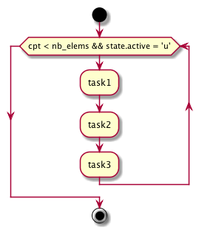
Earlier version of the PlantUML export doc/UML/test.png (tof25/DST). Its diagram source:
```plantuml
@startuml

start

while (cpt < nb_elems && state.active = 'u')
    :task1;
    :task2;
    :task3;
endwhile

stop

@enduml
```
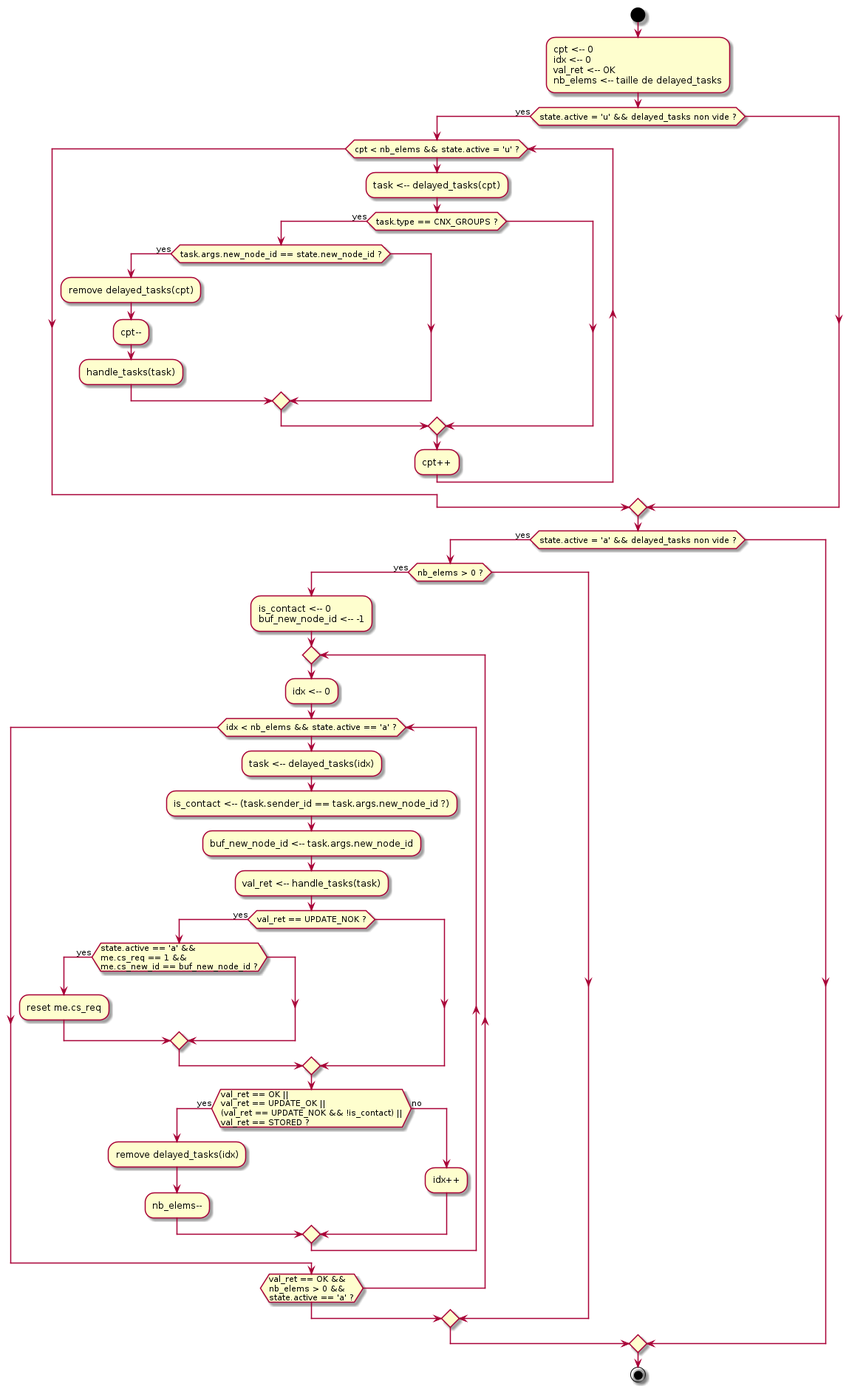
The same diagram one commit later.

Diff of the diagram source:
```diff
@@ -2,11 +2,51 @@
 
 start
 
-while (cpt < nb_elems && state.active = 'u')
-    :task1;
-    :task2;
-    :task3;
-endwhile
+:cpt <-- 0
+idx <-- 0
+val_ret <-- OK
+nb_elems <-- taille de delayed_tasks;
+
+if (state.active = 'u' && delayed_tasks non vide ?) then (yes)
+
+    while (cpt < nb_elems && state.active = 'u' ?)
+        :task <-- delayed_tasks(cpt);
+        if (task.type == CNX_GROUPS ?) then (yes)
+            if (task.args.new_node_id == state.new_node_id ?) then (yes)
+                :remove delayed_tasks(cpt);
+                :cpt--;
+                :handle_tasks(task);
+            endif
+        endif
+        :cpt++;
+    endwhile
+endif
+
+if (state.active = 'a' && delayed_tasks non vide ?) then (yes)
+    if (nb_elems > 0 ?) then (yes)
+        :is_contact <-- 0\nbuf_new_node_id <-- -1;
+        repeat
+            :idx <-- 0;
+            while (idx < nb_elems && state.active == 'a' ?)
+                :task <-- delayed_tasks(idx);
+                :is_contact <-- (task.sender_id == task.args.new_node_id ?);
+                :buf_new_node_id <-- task.args.new_node_id;
+                :val_ret <-- handle_tasks(task);
+                if (val_ret == UPDATE_NOK ?) then (yes)
+                    if (state.active == 'a' &&\nme.cs_req == 1 &&\nme.cs_new_id == buf_new_node_id ?) then (yes)
+                        :reset me.cs_req;
+                    endif
+                endif
+                if (val_ret == OK ||\nval_ret == UPDATE_OK ||\n(val_ret == UPDATE_NOK && !is_contact) ||\nval_ret == STORED ?) then (yes)
+                    :remove delayed_tasks(idx);
+                    :nb_elems--;
+                else (no)
+                    :idx++;
+                endif
+            endwhile
+        repeatwhile (val_ret == OK &&\nnb_elems > 0 &&\nstate.active == 'a' ?)
+    endif
+endif
 
 stop
 
```
